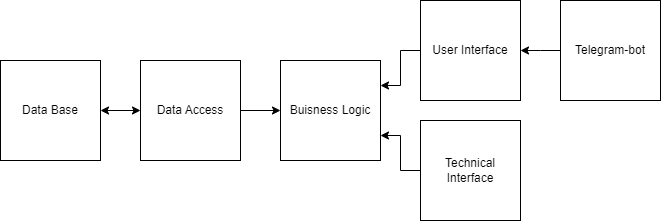
Earlier version of the draw.io export img/updated_components.png (vge20/SEM_7_Web). Source tidied: cells renumbered, new cells last; positions are measured from the earlier drawing's top-left corner, leaving out a move shared by most shapes. Source of this version:
```xml
<mxGraphModel>
  <root>
    <mxCell id="0" />
    <mxCell id="1" parent="0" />
    <mxCell id="2" value="Data Access" style="whiteSpace=wrap;html=1;" parent="1" vertex="1">
      <mxGeometry x="140" y="60" width="100" height="100" as="geometry" />
    </mxCell>
    <mxCell id="3" value="Buisness Logic" style="whiteSpace=wrap;html=1;" parent="1" vertex="1">
      <mxGeometry x="280" y="60" width="100" height="100" as="geometry" />
    </mxCell>
    <mxCell id="4" value="User Interface" style="whiteSpace=wrap;html=1;" parent="1" vertex="1">
      <mxGeometry x="420" width="100" height="100" as="geometry" />
    </mxCell>
    <mxCell id="5" value="Data Base" style="whiteSpace=wrap;html=1;" parent="1" vertex="1">
      <mxGeometry y="60" width="100" height="100" as="geometry" />
    </mxCell>
    <mxCell id="6" value="Telegram-bot" style="whiteSpace=wrap;html=1;" parent="1" vertex="1">
      <mxGeometry x="560" width="100" height="100" as="geometry" />
    </mxCell>
    <mxCell id="7" style="endArrow=classic;html=1;rounded=0;entryX=0;entryY=0.5;entryDx=0;entryDy=0;exitX=1;exitY=0.5;exitDx=0;exitDy=0;" parent="1" edge="1" source="2" target="3">
      <mxGeometry relative="1" as="geometry" />
    </mxCell>
    <mxCell id="8" style="endArrow=classic;html=1;rounded=0;exitX=0;exitY=0.5;exitDx=0;exitDy=0;entryX=1;entryY=0.25;entryDx=0;entryDy=0;" parent="1" edge="1" source="4" target="3">
      <mxGeometry relative="1" as="geometry">
        <Array as="points">
          <mxPoint x="400" y="50" />
          <mxPoint x="400" y="85" />
        </Array>
      </mxGeometry>
    </mxCell>
    <mxCell id="9" style="endArrow=classic;html=1;rounded=0;entryX=1;entryY=0.5;entryDx=0;entryDy=0;exitX=0;exitY=0.5;exitDx=0;exitDy=0;" parent="1" edge="1" source="6" target="4">
      <mxGeometry relative="1" as="geometry">
        <Array as="points">
          <mxPoint x="540" y="50" />
        </Array>
      </mxGeometry>
    </mxCell>
    <mxCell id="10" style="endArrow=classic;startArrow=classic;html=1;rounded=0;entryX=1;entryY=0.5;entryDx=0;entryDy=0;exitX=0;exitY=0.5;exitDx=0;exitDy=0;" parent="1" edge="1" source="2" target="5">
      <mxGeometry relative="1" as="geometry" />
    </mxCell>
    <mxCell id="11" value="Technical Interface" style="whiteSpace=wrap;html=1;" parent="1" vertex="1">
      <mxGeometry x="420" y="120" width="100" height="100" as="geometry" />
    </mxCell>
    <mxCell id="12" style="endArrow=classic;html=1;rounded=0;entryX=1;entryY=0.75;entryDx=0;entryDy=0;exitX=0;exitY=0.5;exitDx=0;exitDy=0;" parent="1" edge="1" source="11" target="3">
      <mxGeometry relative="1" as="geometry">
        <Array as="points">
          <mxPoint x="400" y="170" />
          <mxPoint x="400" y="135" />
        </Array>
      </mxGeometry>
    </mxCell>
  </root>
</mxGraphModel>
```
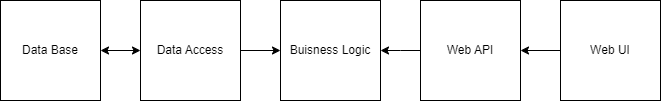
The same diagram one commit later.

The edit, as a diff of the source:
```diff
@@ -8,46 +8,30 @@
     <mxCell id="3" value="Buisness Logic" style="whiteSpace=wrap;html=1;" parent="1" vertex="1">
       <mxGeometry x="280" y="60" width="100" height="100" as="geometry" />
     </mxCell>
-    <mxCell id="4" value="User Interface" style="whiteSpace=wrap;html=1;" parent="1" vertex="1">
-      <mxGeometry x="420" width="100" height="100" as="geometry" />
+    <mxCell id="4" value="Web API" style="whiteSpace=wrap;html=1;" parent="1" vertex="1">
+      <mxGeometry x="420" y="60" width="100" height="100" as="geometry" />
     </mxCell>
     <mxCell id="5" value="Data Base" style="whiteSpace=wrap;html=1;" parent="1" vertex="1">
       <mxGeometry y="60" width="100" height="100" as="geometry" />
     </mxCell>
-    <mxCell id="6" value="Telegram-bot" style="whiteSpace=wrap;html=1;" parent="1" vertex="1">
-      <mxGeometry x="560" width="100" height="100" as="geometry" />
+    <mxCell id="6" value="Web UI" style="whiteSpace=wrap;html=1;" parent="1" vertex="1">
+      <mxGeometry x="560" y="60" width="100" height="100" as="geometry" />
     </mxCell>
     <mxCell id="7" style="endArrow=classic;html=1;rounded=0;entryX=0;entryY=0.5;entryDx=0;entryDy=0;exitX=1;exitY=0.5;exitDx=0;exitDy=0;" parent="1" edge="1" source="2" target="3">
       <mxGeometry relative="1" as="geometry" />
     </mxCell>
-    <mxCell id="8" style="endArrow=classic;html=1;rounded=0;exitX=0;exitY=0.5;exitDx=0;exitDy=0;entryX=1;entryY=0.25;entryDx=0;entryDy=0;" parent="1" edge="1" source="4" target="3">
+    <mxCell id="8" style="endArrow=classic;html=1;rounded=0;exitX=0;exitY=0.5;exitDx=0;exitDy=0;entryX=1;entryY=0.5;entryDx=0;entryDy=0;" parent="1" edge="1" source="4" target="3">
       <mxGeometry relative="1" as="geometry">
         <Array as="points">
-          <mxPoint x="400" y="50" />
-          <mxPoint x="400" y="85" />
+          <mxPoint x="400" y="110" />
         </Array>
       </mxGeometry>
     </mxCell>
     <mxCell id="9" style="endArrow=classic;html=1;rounded=0;entryX=1;entryY=0.5;entryDx=0;entryDy=0;exitX=0;exitY=0.5;exitDx=0;exitDy=0;" parent="1" edge="1" source="6" target="4">
-      <mxGeometry relative="1" as="geometry">
-        <Array as="points">
-          <mxPoint x="540" y="50" />
-        </Array>
-      </mxGeometry>
+      <mxGeometry relative="1" as="geometry" />
     </mxCell>
     <mxCell id="10" style="endArrow=classic;startArrow=classic;html=1;rounded=0;entryX=1;entryY=0.5;entryDx=0;entryDy=0;exitX=0;exitY=0.5;exitDx=0;exitDy=0;" parent="1" edge="1" source="2" target="5">
       <mxGeometry relative="1" as="geometry" />
     </mxCell>
-    <mxCell id="11" value="Technical Interface" style="whiteSpace=wrap;html=1;" parent="1" vertex="1">
-      <mxGeometry x="420" y="120" width="100" height="100" as="geometry" />
-    </mxCell>
-    <mxCell id="12" style="endArrow=classic;html=1;rounded=0;entryX=1;entryY=0.75;entryDx=0;entryDy=0;exitX=0;exitY=0.5;exitDx=0;exitDy=0;" parent="1" edge="1" source="11" target="3">
-      <mxGeometry relative="1" as="geometry">
-        <Array as="points">
-          <mxPoint x="400" y="170" />
-          <mxPoint x="400" y="135" />
-        </Array>
-      </mxGeometry>
-    </mxCell>
   </root>
 </mxGraphModel>
```
